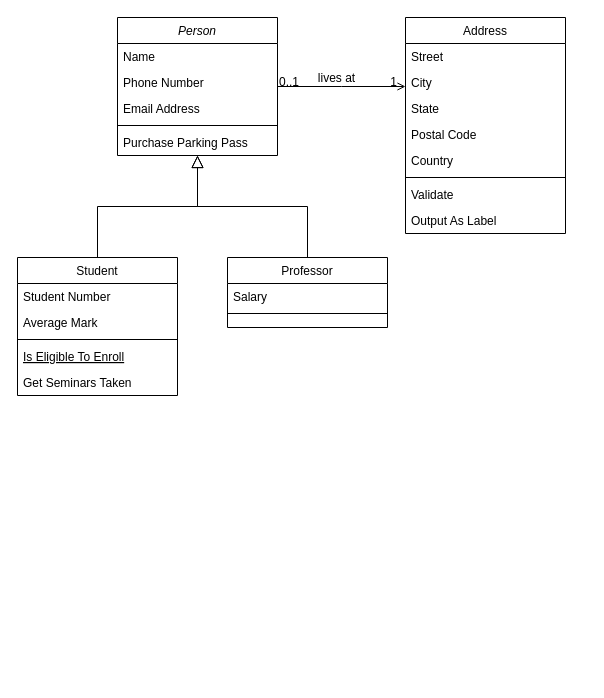
zung31/zung31 keeps this draw.io diagram as Untitled Diagram.drawio. Above is the earlier version. Source tidied: cells renumbered, new cells numbered last; positions are measured from the earlier drawing's top-left corner, leaving out a move shared by most shapes. Both pictures are drawn from the tidied source at 100%, with x=0, y=0 at pixel (17, 17).
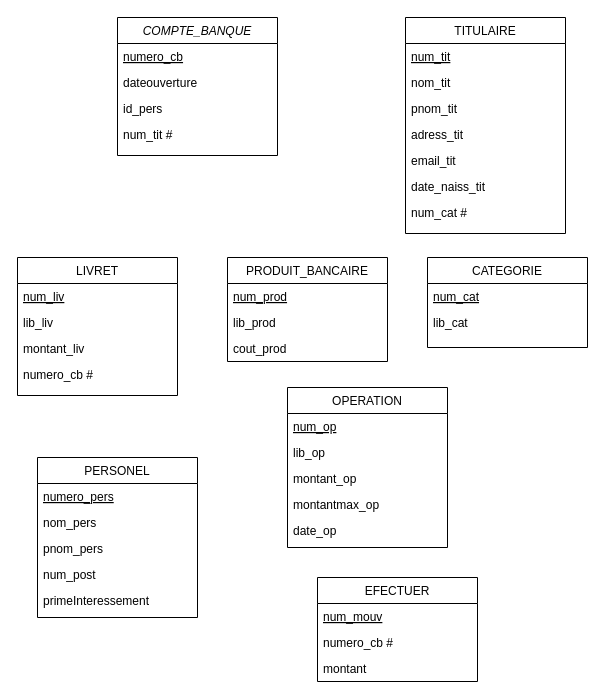
Above is the later version.

The edit, as a diff of the source:
```diff
@@
-    <mxCell id="2" value="Person" style="swimlane;fontStyle=2;align=center;verticalAlign=top;horizontal=1;startSize=26;rounded=0;shadow=0;strokeWidth=1;" parent="1" vertex="1">
+    <mxCell id="2" value="COMPTE_BANQUE" style="swimlane;fontStyle=2;align=center;verticalAlign=top;horizontal=1;startSize=26;rounded=0;shadow=0;strokeWidth=1;" parent="1" vertex="1">
       <mxGeometry x="100" width="160" height="138" as="geometry" />
     </mxCell>
-    <mxCell id="3" value="Name" style="text;align=left;verticalAlign=top;spacingLeft=4;spacingRight=4;overflow=hidden;" parent="2" vertex="1">
+    <mxCell id="3" value="numero_cb" style="text;align=left;verticalAlign=top;spacingLeft=4;spacingRight=4;overflow=hidden;fontStyle=4;" parent="2" vertex="1">
       <mxGeometry y="26" width="160" height="26" as="geometry" />
     </mxCell>
-    <mxCell id="4" value="Phone Number" style="text;align=left;verticalAlign=top;spacingLeft=4;spacingRight=4;overflow=hidden;rounded=0;shadow=0;html=0;" parent="2" vertex="1">
+    <mxCell id="4" value="dateouverture" style="text;align=left;verticalAlign=top;spacingLeft=4;spacingRight=4;overflow=hidden;rounded=0;shadow=0;html=0;" parent="2" vertex="1">
       <mxGeometry y="52" width="160" height="26" as="geometry" />
     </mxCell>
-    <mxCell id="5" value="Email Address" style="text;align=left;verticalAlign=top;spacingLeft=4;spacingRight=4;overflow=hidden;rounded=0;shadow=0;html=0;" parent="2" vertex="1">
+    <mxCell id="5" value="id_pers" style="text;align=left;verticalAlign=top;spacingLeft=4;spacingRight=4;overflow=hidden;rounded=0;shadow=0;html=0;" parent="2" vertex="1">
       <mxGeometry y="78" width="160" height="26" as="geometry" />
     </mxCell>
-    <mxCell id="6" style="line;html=1;strokeWidth=1;align=left;verticalAlign=middle;spacingTop=-1;spacingLeft=3;spacingRight=3;labelPosition=right;" parent="2" vertex="1">
-      <mxGeometry y="104" width="160" height="8" as="geometry" />
-    </mxCell>
-    <mxCell id="7" value="Purchase Parking Pass" style="text;align=left;verticalAlign=top;spacingLeft=4;spacingRight=4;overflow=hidden;" parent="2" vertex="1">
-      <mxGeometry y="112" width="160" height="26" as="geometry" />
-    </mxCell>
+    <mxCell id="32" value="num_tit #" style="text;align=left;verticalAlign=top;spacingLeft=4;spacingRight=4;overflow=hidden;rounded=0;shadow=0;html=0;" parent="2" vertex="1">
+      <mxGeometry y="104" width="160" height="26" as="geometry" />
+    </mxCell>
-    <mxCell id="8" value="Student" style="swimlane;fontStyle=0;align=center;verticalAlign=top;horizontal=1;startSize=26;rounded=0;shadow=0;strokeWidth=1;" parent="1" vertex="1">
+    <mxCell id="8" value="LIVRET" style="swimlane;fontStyle=0;align=center;verticalAlign=top;horizontal=1;startSize=26;rounded=0;shadow=0;strokeWidth=1;" parent="1" vertex="1">
       <mxGeometry y="240" width="160" height="138" as="geometry" />
     </mxCell>
-    <mxCell id="9" value="Student Number" style="text;align=left;verticalAlign=top;spacingLeft=4;spacingRight=4;overflow=hidden;" parent="8" vertex="1">
+    <mxCell id="9" value="num_liv" style="text;align=left;verticalAlign=top;spacingLeft=4;spacingRight=4;overflow=hidden;fontStyle=4;" parent="8" vertex="1">
       <mxGeometry y="26" width="160" height="26" as="geometry" />
     </mxCell>
-    <mxCell id="10" value="Average Mark" style="text;align=left;verticalAlign=top;spacingLeft=4;spacingRight=4;overflow=hidden;rounded=0;shadow=0;html=0;" parent="8" vertex="1">
+    <mxCell id="10" value="lib_liv" style="text;align=left;verticalAlign=top;spacingLeft=4;spacingRight=4;overflow=hidden;rounded=0;shadow=0;html=0;" parent="8" vertex="1">
       <mxGeometry y="52" width="160" height="26" as="geometry" />
     </mxCell>
-    <mxCell id="11" style="line;html=1;strokeWidth=1;align=left;verticalAlign=middle;spacingTop=-1;spacingLeft=3;spacingRight=3;labelPosition=right;" parent="8" vertex="1">
-      <mxGeometry y="78" width="160" height="8" as="geometry" />
-    </mxCell>
-    <mxCell id="12" value="Is Eligible To Enroll" style="text;align=left;verticalAlign=top;spacingLeft=4;spacingRight=4;overflow=hidden;fontStyle=4;" parent="8" vertex="1">
-      <mxGeometry y="86" width="160" height="26" as="geometry" />
+    <mxCell id="12" value="montant_liv" style="text;align=left;verticalAlign=top;spacingLeft=4;spacingRight=4;overflow=hidden;fontStyle=0;" parent="8" vertex="1">
+      <mxGeometry y="78" width="160" height="26" as="geometry" />
     </mxCell>
-    <mxCell id="13" value="Get Seminars Taken" style="text;align=left;verticalAlign=top;spacingLeft=4;spacingRight=4;overflow=hidden;" parent="8" vertex="1">
-      <mxGeometry y="112" width="160" height="26" as="geometry" />
+    <mxCell id="13" value="numero_cb #" style="text;align=left;verticalAlign=top;spacingLeft=4;spacingRight=4;overflow=hidden;" parent="8" vertex="1">
+      <mxGeometry y="104" width="160" height="26" as="geometry" />
     </mxCell>
-    <mxCell id="14" style="endArrow=block;endSize=10;endFill=0;shadow=0;strokeWidth=1;rounded=0;edgeStyle=elbowEdgeStyle;elbow=vertical;" parent="1" edge="1" source="8" target="2">
-      <mxGeometry relative="1" as="geometry" />
-    </mxCell>
-    <mxCell id="15" value="Professor" style="swimlane;fontStyle=0;align=center;verticalAlign=top;horizontal=1;startSize=26;rounded=0;shadow=0;strokeWidth=1;" parent="1" vertex="1">
-      <mxGeometry x="210" y="240" width="160" height="70" as="geometry" />
+    <mxCell id="15" value="PRODUIT_BANCAIRE" style="swimlane;fontStyle=0;align=center;verticalAlign=top;horizontal=1;startSize=26;rounded=0;shadow=0;strokeWidth=1;" parent="1" vertex="1">
+      <mxGeometry x="210" y="240" width="160" height="104" as="geometry" />
     </mxCell>
-    <mxCell id="16" value="Salary" style="text;align=left;verticalAlign=top;spacingLeft=4;spacingRight=4;overflow=hidden;" parent="15" vertex="1">
+    <mxCell id="16" value="num_prod" style="text;align=left;verticalAlign=top;spacingLeft=4;spacingRight=4;overflow=hidden;fontStyle=4;" parent="15" vertex="1">
       <mxGeometry y="26" width="160" height="26" as="geometry" />
     </mxCell>
-    <mxCell id="17" style="line;html=1;strokeWidth=1;align=left;verticalAlign=middle;spacingTop=-1;spacingLeft=3;spacingRight=3;labelPosition=right;" parent="15" vertex="1">
-      <mxGeometry y="52" width="160" height="8" as="geometry" />
-    </mxCell>
-    <mxCell id="18" style="endArrow=block;endSize=10;endFill=0;shadow=0;strokeWidth=1;rounded=0;edgeStyle=elbowEdgeStyle;elbow=vertical;" parent="1" edge="1" source="15" target="2">
-      <mxGeometry relative="1" as="geometry" />
-    </mxCell>
+    <mxCell id="33" value="lib_prod" style="text;align=left;verticalAlign=top;spacingLeft=4;spacingRight=4;overflow=hidden;" parent="15" vertex="1">
+      <mxGeometry y="52" width="160" height="26" as="geometry" />
+    </mxCell>
+    <mxCell id="34" value="cout_prod" style="text;align=left;verticalAlign=top;spacingLeft=4;spacingRight=4;overflow=hidden;" parent="15" vertex="1">
+      <mxGeometry y="78" width="160" height="26" as="geometry" />
+    </mxCell>
-    <mxCell id="19" value="Address" style="swimlane;fontStyle=0;align=center;verticalAlign=top;horizontal=1;startSize=26;rounded=0;shadow=0;strokeWidth=1;" parent="1" vertex="1">
+    <mxCell id="19" value="TITULAIRE" style="swimlane;fontStyle=0;align=center;verticalAlign=top;horizontal=1;startSize=26;rounded=0;shadow=0;strokeWidth=1;" parent="1" vertex="1">
       <mxGeometry x="388" width="160" height="216" as="geometry" />
     </mxCell>
-    <mxCell id="20" value="Street" style="text;align=left;verticalAlign=top;spacingLeft=4;spacingRight=4;overflow=hidden;" parent="19" vertex="1">
+    <mxCell id="20" value="num_tit" style="text;align=left;verticalAlign=top;spacingLeft=4;spacingRight=4;overflow=hidden;fontStyle=4;" parent="19" vertex="1">
       <mxGeometry y="26" width="160" height="26" as="geometry" />
     </mxCell>
-    <mxCell id="21" value="City" style="text;align=left;verticalAlign=top;spacingLeft=4;spacingRight=4;overflow=hidden;rounded=0;shadow=0;html=0;" parent="19" vertex="1">
+    <mxCell id="21" value="nom_tit" style="text;align=left;verticalAlign=top;spacingLeft=4;spacingRight=4;overflow=hidden;rounded=0;shadow=0;html=0;" parent="19" vertex="1">
       <mxGeometry y="52" width="160" height="26" as="geometry" />
     </mxCell>
-    <mxCell id="22" value="State" style="text;align=left;verticalAlign=top;spacingLeft=4;spacingRight=4;overflow=hidden;rounded=0;shadow=0;html=0;" parent="19" vertex="1">
+    <mxCell id="22" value="pnom_tit" style="text;align=left;verticalAlign=top;spacingLeft=4;spacingRight=4;overflow=hidden;rounded=0;shadow=0;html=0;" parent="19" vertex="1">
       <mxGeometry y="78" width="160" height="26" as="geometry" />
     </mxCell>
-    <mxCell id="23" value="Postal Code" style="text;align=left;verticalAlign=top;spacingLeft=4;spacingRight=4;overflow=hidden;rounded=0;shadow=0;html=0;" parent="19" vertex="1">
+    <mxCell id="23" value="adress_tit" style="text;align=left;verticalAlign=top;spacingLeft=4;spacingRight=4;overflow=hidden;rounded=0;shadow=0;html=0;" parent="19" vertex="1">
       <mxGeometry y="104" width="160" height="26" as="geometry" />
     </mxCell>
-    <mxCell id="24" value="Country" style="text;align=left;verticalAlign=top;spacingLeft=4;spacingRight=4;overflow=hidden;rounded=0;shadow=0;html=0;" parent="19" vertex="1">
+    <mxCell id="24" value="email_tit" style="text;align=left;verticalAlign=top;spacingLeft=4;spacingRight=4;overflow=hidden;rounded=0;shadow=0;html=0;" parent="19" vertex="1">
       <mxGeometry y="130" width="160" height="26" as="geometry" />
     </mxCell>
-    <mxCell id="25" style="line;html=1;strokeWidth=1;align=left;verticalAlign=middle;spacingTop=-1;spacingLeft=3;spacingRight=3;labelPosition=right;" parent="19" vertex="1">
-      <mxGeometry y="156" width="160" height="8" as="geometry" />
-    </mxCell>
-    <mxCell id="26" value="Validate" style="text;align=left;verticalAlign=top;spacingLeft=4;spacingRight=4;overflow=hidden;" parent="19" vertex="1">
-      <mxGeometry y="164" width="160" height="26" as="geometry" />
+    <mxCell id="26" value="date_naiss_tit" style="text;align=left;verticalAlign=top;spacingLeft=4;spacingRight=4;overflow=hidden;" parent="19" vertex="1">
+      <mxGeometry y="156" width="160" height="26" as="geometry" />
     </mxCell>
-    <mxCell id="27" value="Output As Label" style="text;align=left;verticalAlign=top;spacingLeft=4;spacingRight=4;overflow=hidden;" parent="19" vertex="1">
-      <mxGeometry y="190" width="160" height="26" as="geometry" />
+    <mxCell id="27" value="num_cat #" style="text;align=left;verticalAlign=top;spacingLeft=4;spacingRight=4;overflow=hidden;" parent="19" vertex="1">
+      <mxGeometry y="182" width="160" height="26" as="geometry" />
     </mxCell>
-    <mxCell id="28" style="endArrow=open;shadow=0;strokeWidth=1;rounded=0;endFill=1;edgeStyle=elbowEdgeStyle;elbow=vertical;" parent="1" edge="1" source="2" target="19">
-      <mxGeometry x="0.5" y="41" relative="1" as="geometry">
-        <mxPoint x="-40" y="32" as="offset" />
-      </mxGeometry>
-    </mxCell>
-    <mxCell id="29" value="0..1" style="align=left;verticalAlign=bottom;labelBackgroundColor=none;fontSize=12;" parent="28" vertex="1">
-      <mxGeometry x="-1" relative="1" as="geometry">
-        <mxPoint y="4" as="offset" />
-      </mxGeometry>
-    </mxCell>
-    <mxCell id="30" value="1" style="align=right;verticalAlign=bottom;labelBackgroundColor=none;fontSize=12;" parent="28" vertex="1">
-      <mxGeometry x="1" relative="1" as="geometry">
-        <mxPoint x="-7" y="4" as="offset" />
-      </mxGeometry>
-    </mxCell>
-    <mxCell id="31" value="lives at" style="text;html=1;align=center;verticalAlign=middle;labelBackgroundColor=none;rounded=0;shadow=0;strokeWidth=1;fontSize=12;" parent="28" vertex="1">
-      <mxGeometry x="0.5" y="49" relative="1" as="geometry">
-        <mxPoint x="-38" y="40" as="offset" />
-      </mxGeometry>
-    </mxCell>
+    <mxCell id="35" value="OPERATION" style="swimlane;fontStyle=0;align=center;verticalAlign=top;horizontal=1;startSize=26;rounded=0;shadow=0;strokeWidth=1;" parent="1" vertex="1">
+      <mxGeometry x="270" y="370" width="160" height="160" as="geometry" />
+    </mxCell>
+    <mxCell id="36" value="num_op" style="text;align=left;verticalAlign=top;spacingLeft=4;spacingRight=4;overflow=hidden;fontStyle=4;" parent="35" vertex="1">
+      <mxGeometry y="26" width="160" height="26" as="geometry" />
+    </mxCell>
+    <mxCell id="37" value="lib_op" style="text;align=left;verticalAlign=top;spacingLeft=4;spacingRight=4;overflow=hidden;rounded=0;shadow=0;html=0;" parent="35" vertex="1">
+      <mxGeometry y="52" width="160" height="26" as="geometry" />
+    </mxCell>
+    <mxCell id="38" value="montant_op" style="text;align=left;verticalAlign=top;spacingLeft=4;spacingRight=4;overflow=hidden;fontStyle=0;" parent="35" vertex="1">
+      <mxGeometry y="78" width="160" height="26" as="geometry" />
+    </mxCell>
+    <mxCell id="39" value="montantmax_op" style="text;align=left;verticalAlign=top;spacingLeft=4;spacingRight=4;overflow=hidden;" parent="35" vertex="1">
+      <mxGeometry y="104" width="160" height="26" as="geometry" />
+    </mxCell>
+    <mxCell id="40" value="date_op" style="text;align=left;verticalAlign=top;spacingLeft=4;spacingRight=4;overflow=hidden;" parent="35" vertex="1">
+      <mxGeometry y="130" width="160" height="26" as="geometry" />
+    </mxCell>
+    <mxCell id="41" value="PERSONEL" style="swimlane;fontStyle=0;align=center;verticalAlign=top;horizontal=1;startSize=26;rounded=0;shadow=0;strokeWidth=1;" parent="1" vertex="1">
+      <mxGeometry x="20" y="440" width="160" height="160" as="geometry" />
+    </mxCell>
+    <mxCell id="42" value="numero_pers" style="text;align=left;verticalAlign=top;spacingLeft=4;spacingRight=4;overflow=hidden;fontStyle=4;" parent="41" vertex="1">
+      <mxGeometry y="26" width="160" height="26" as="geometry" />
+    </mxCell>
+    <mxCell id="43" value="nom_pers" style="text;align=left;verticalAlign=top;spacingLeft=4;spacingRight=4;overflow=hidden;rounded=0;shadow=0;html=0;" parent="41" vertex="1">
+      <mxGeometry y="52" width="160" height="26" as="geometry" />
+    </mxCell>
+    <mxCell id="44" value="pnom_pers" style="text;align=left;verticalAlign=top;spacingLeft=4;spacingRight=4;overflow=hidden;fontStyle=0;" parent="41" vertex="1">
+      <mxGeometry y="78" width="160" height="26" as="geometry" />
+    </mxCell>
+    <mxCell id="45" value="num_post" style="text;align=left;verticalAlign=top;spacingLeft=4;spacingRight=4;overflow=hidden;" parent="41" vertex="1">
+      <mxGeometry y="104" width="160" height="26" as="geometry" />
+    </mxCell>
+    <mxCell id="46" value="primeInteressement" style="text;align=left;verticalAlign=top;spacingLeft=4;spacingRight=4;overflow=hidden;" parent="41" vertex="1">
+      <mxGeometry y="130" width="160" height="26" as="geometry" />
+    </mxCell>
+    <mxCell id="47" value="CATEGORIE" style="swimlane;fontStyle=0;align=center;verticalAlign=top;horizontal=1;startSize=26;rounded=0;shadow=0;strokeWidth=1;" parent="1" vertex="1">
+      <mxGeometry x="410" y="240" width="160" height="90" as="geometry" />
+    </mxCell>
+    <mxCell id="48" value="num_cat" style="text;align=left;verticalAlign=top;spacingLeft=4;spacingRight=4;overflow=hidden;fontStyle=4;" parent="47" vertex="1">
+      <mxGeometry y="26" width="160" height="26" as="geometry" />
+    </mxCell>
+    <mxCell id="49" value="lib_cat" style="text;align=left;verticalAlign=top;spacingLeft=4;spacingRight=4;overflow=hidden;" parent="47" vertex="1">
+      <mxGeometry y="52" width="160" height="28" as="geometry" />
+    </mxCell>
+    <mxCell id="50" value="EFECTUER" style="swimlane;fontStyle=0;align=center;verticalAlign=top;horizontal=1;startSize=26;rounded=0;shadow=0;strokeWidth=1;" parent="1" vertex="1">
+      <mxGeometry x="300" y="560" width="160" height="104" as="geometry" />
+    </mxCell>
+    <mxCell id="51" value="num_mouv" style="text;align=left;verticalAlign=top;spacingLeft=4;spacingRight=4;overflow=hidden;fontStyle=4;" parent="50" vertex="1">
+      <mxGeometry y="26" width="160" height="26" as="geometry" />
+    </mxCell>
+    <mxCell id="52" value="numero_cb #" style="text;align=left;verticalAlign=top;spacingLeft=4;spacingRight=4;overflow=hidden;" parent="50" vertex="1">
+      <mxGeometry y="52" width="160" height="26" as="geometry" />
+    </mxCell>
+    <mxCell id="53" value="montant" style="text;align=left;verticalAlign=top;spacingLeft=4;spacingRight=4;overflow=hidden;" parent="50" vertex="1">
+      <mxGeometry y="78" width="160" height="26" as="geometry" />
+    </mxCell>
```
